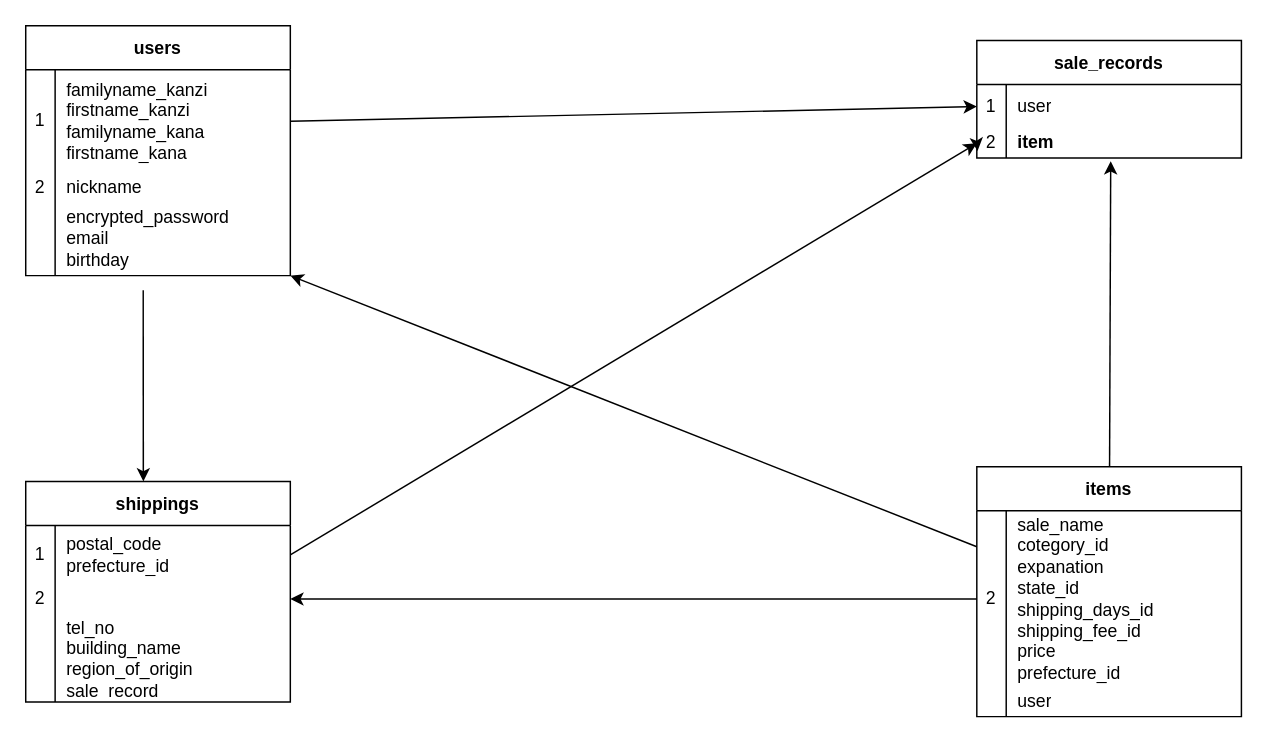
Before: furima.dio in waiwaitarou/furima-41380, a draw.io diagram. Source tidied: cells renumbered, new cells numbered last; positions are measured from the earlier drawing's top-left corner, leaving out a move shared by most shapes. Both pictures are drawn from the tidied source at 147%, with x=0, y=0 at pixel (25, 25).
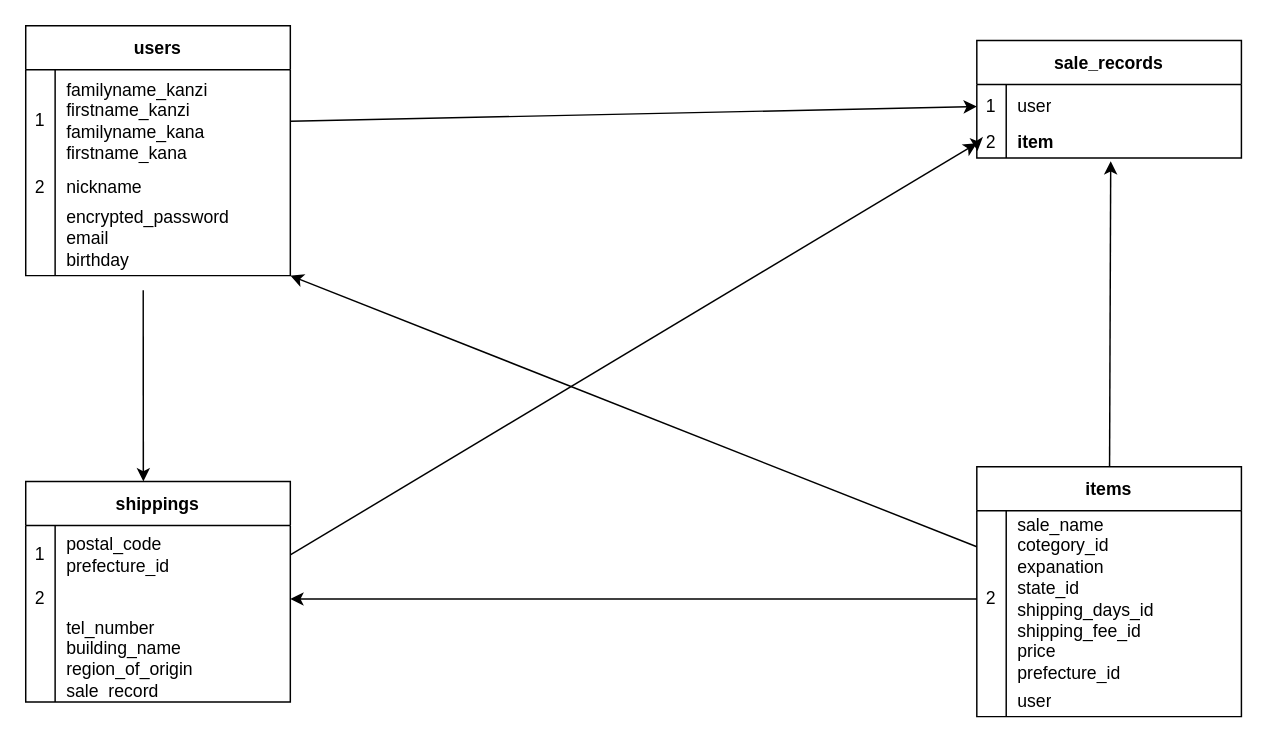
The same diagram, later.

Unchanged cells that the change refers to:
```xml
<mxCell id="35" style="shape=tableRow;horizontal=0;startSize=0;swimlaneHead=0;swimlaneBody=0;top=0;left=0;bottom=0;right=0;fillColor=none;" parent="28" vertex="1">
  <mxGeometry y="90" width="180" height="60" as="geometry" />
</mxCell>
```

What changed in the source:
```diff
@@
-    <mxCell id="37" value="tel_no&lt;br&gt;building_name&lt;br&gt;region_of_origin&lt;br&gt;sale_record" style="shape=partialRectangle;html=1;whiteSpace=wrap;fillColor=none;top=0;left=0;bottom=0;right=0;align=left;spacingLeft=6;overflow=hidden;" parent="35" vertex="1">
+    <mxCell id="37" value="tel_number&lt;br&gt;building_name&lt;br&gt;region_of_origin&lt;br&gt;sale_record" style="shape=partialRectangle;html=1;whiteSpace=wrap;fillColor=none;top=0;left=0;bottom=0;right=0;align=left;spacingLeft=6;overflow=hidden;" parent="35" vertex="1">
       <mxGeometry x="20" width="160" height="60" as="geometry" />
     </mxCell>
```
